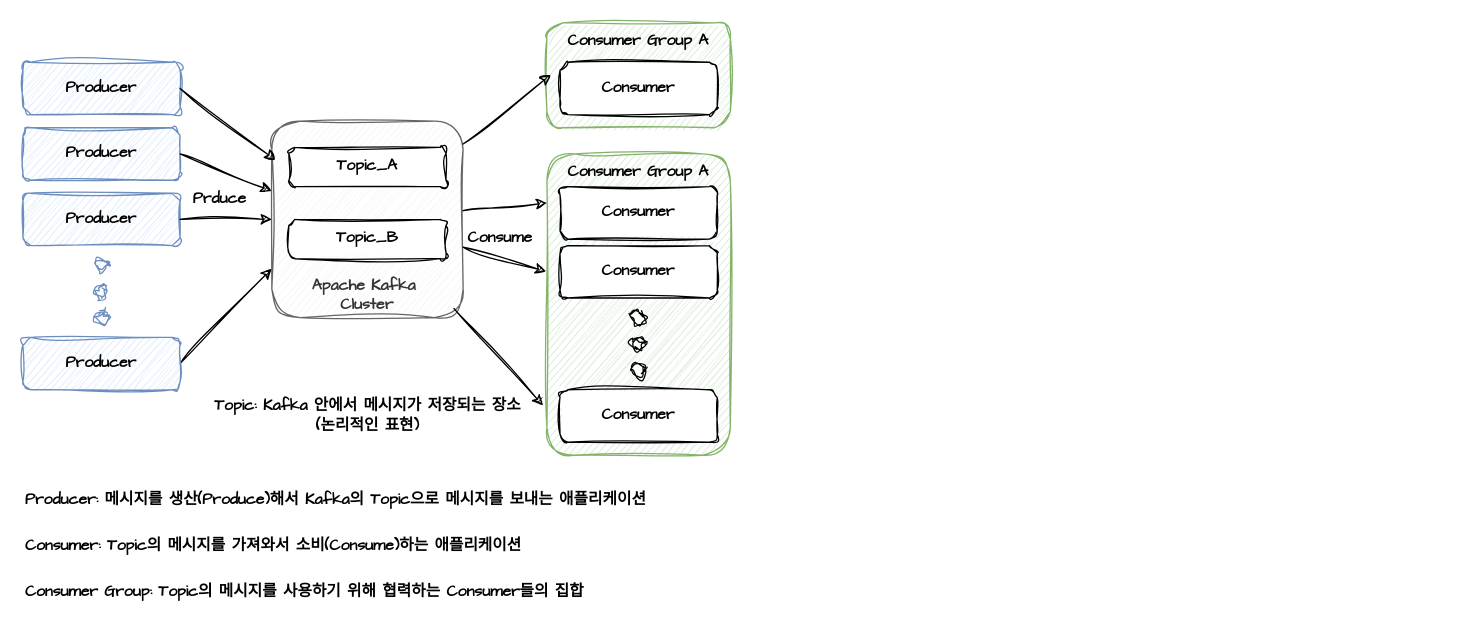
Earlier version of the draw.io diagram kafka.drawio (UHeeJoon/study-with-diagram). Source tidied: cells renumbered, new cells numbered last; positions are measured from the earlier drawing's top-left corner, leaving out a move shared by most shapes. Both pictures are drawn from the tidied source at 131%, with x=0, y=0 at pixel (22, 22).
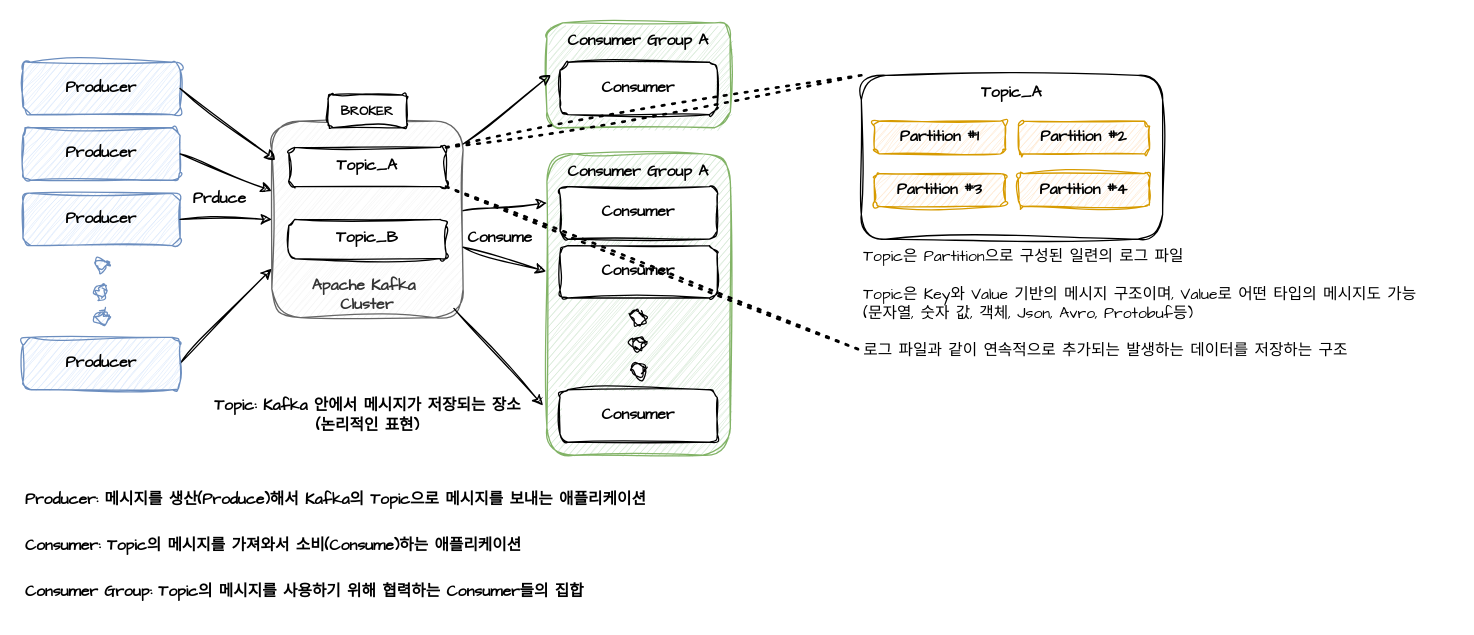
The same page after the edit.

The change refers to these unchanged cells:
```xml
<mxCell id="11" value="Topic_A" style="rounded=1;whiteSpace=wrap;html=1;sketch=1;hachureGap=4;jiggle=2;curveFitting=1;fontFamily=Comic Sans MS;fontStyle=1;" parent="1" vertex="1">
  <mxGeometry x="203" y="95" width="120" height="30" as="geometry" />
</mxCell>
```

Change to the diagram source:
```diff
@@
+    <mxCell id="35" value="BROKER" style="rounded=1;whiteSpace=wrap;html=1;sketch=1;hachureGap=4;jiggle=2;curveFitting=1;fontFamily=Comic Sans MS;fontStyle=1;fontSize=10;spacing=2;spacingTop=-2;" parent="1" vertex="1">
+      <mxGeometry x="233" y="55" width="60" height="25" as="geometry" />
+    </mxCell>
+    <mxCell id="36" style="endArrow=none;dashed=1;html=1;dashPattern=1 3;strokeWidth=2;rounded=0;sketch=1;hachureGap=4;jiggle=2;curveFitting=1;fontFamily=Architects Daughter;entryX=0;entryY=0;entryDx=0;entryDy=0;exitX=1;exitY=0;exitDx=0;exitDy=0;" parent="1" edge="1" source="11" target="39">
+      <mxGeometry relative="1" as="geometry" />
+    </mxCell>
+    <mxCell id="37" style="endArrow=none;dashed=1;html=1;dashPattern=1 3;strokeWidth=2;rounded=0;sketch=1;hachureGap=4;jiggle=2;curveFitting=1;fontFamily=Architects Daughter;entryX=0;entryY=0.85;entryDx=0;entryDy=0;exitX=1;exitY=1;exitDx=0;exitDy=0;entryPerimeter=0;" parent="1" edge="1" source="11" target="44">
+      <mxGeometry relative="1" as="geometry" />
+    </mxCell>
+    <mxCell id="38" style="group;" parent="1" vertex="1">
+      <mxGeometry x="640" y="40" width="450" height="225" as="geometry" />
+    </mxCell>
+    <mxCell id="39" value="Topic_A" style="rounded=1;whiteSpace=wrap;html=1;sketch=1;hachureGap=4;jiggle=2;curveFitting=1;fontFamily=Comic Sans MS;fontStyle=1;verticalAlign=top;" parent="38" vertex="1">
+      <mxGeometry width="230" height="125" as="geometry" />
+    </mxCell>
+    <mxCell id="40" value="Partition #1" style="rounded=1;whiteSpace=wrap;html=1;sketch=1;hachureGap=4;jiggle=2;curveFitting=1;fontFamily=Comic Sans MS;fontStyle=1;fillColor=#ffe6cc;strokeColor=#d79b00;" parent="38" vertex="1">
+      <mxGeometry x="10" y="35" width="100" height="25" as="geometry" />
+    </mxCell>
+    <mxCell id="41" value="Partition #2" style="rounded=1;whiteSpace=wrap;html=1;sketch=1;hachureGap=4;jiggle=2;curveFitting=1;fontFamily=Comic Sans MS;fontStyle=1;fillColor=#ffe6cc;strokeColor=#d79b00;" parent="38" vertex="1">
+      <mxGeometry x="120" y="35" width="100" height="25" as="geometry" />
+    </mxCell>
+    <mxCell id="42" value="Partition #3" style="rounded=1;whiteSpace=wrap;html=1;sketch=1;hachureGap=4;jiggle=2;curveFitting=1;fontFamily=Comic Sans MS;fontStyle=1;fillColor=#ffe6cc;strokeColor=#d79b00;" parent="38" vertex="1">
+      <mxGeometry x="10" y="75" width="100" height="25" as="geometry" />
+    </mxCell>
+    <mxCell id="43" value="Partition #4" style="rounded=1;whiteSpace=wrap;html=1;sketch=1;hachureGap=4;jiggle=2;curveFitting=1;fontFamily=Comic Sans MS;fontStyle=1;fillColor=#ffe6cc;strokeColor=#d79b00;" parent="38" vertex="1">
+      <mxGeometry x="120" y="75" width="100" height="25" as="geometry" />
+    </mxCell>
+    <mxCell id="44" value="Topic은 Partition으로 구성된 일련의 로그 파일&lt;div&gt;&lt;br&gt;&lt;/div&gt;&lt;div&gt;Topic은 Key와 Value 기반의 메시지 구조이며, Value로 어떤 타입의 메시지도 가능&lt;/div&gt;&lt;div&gt;(문자열, 숫자 값, 객체, Json, Avro, Protobuf등)&lt;/div&gt;&lt;div&gt;&lt;br&gt;&lt;/div&gt;&lt;div&gt;로그 파일과 같이 연속적으로 추가되는 발생하는 데이터를 저장하는 구조&lt;/div&gt;" style="text;html=1;align=left;verticalAlign=middle;points=[];strokeColor=none;fillColor=none;fontFamily=Architects Daughter;" parent="38" vertex="1">
+      <mxGeometry y="125" width="450" height="100" as="geometry" />
+    </mxCell>
```
